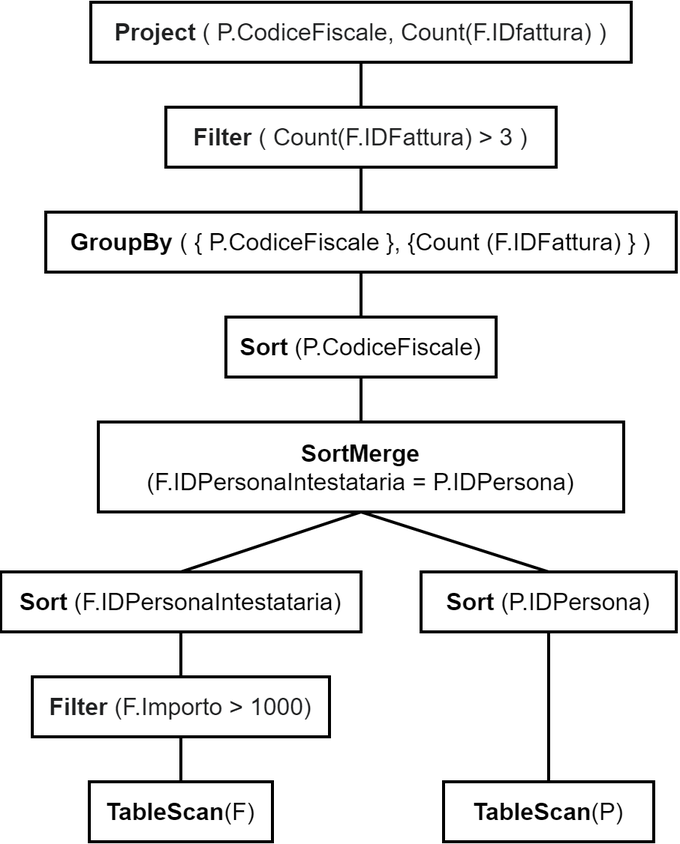
alessandro-antonelli/Studio-professionale-fatture keeps this draw.io diagram as Piani di accesso/Albero fisico 3.png. Above is the earlier version. Source tidied: cells renumbered, new cells last; positions are measured from the earlier drawing's top-left corner, leaving out a move shared by most shapes.
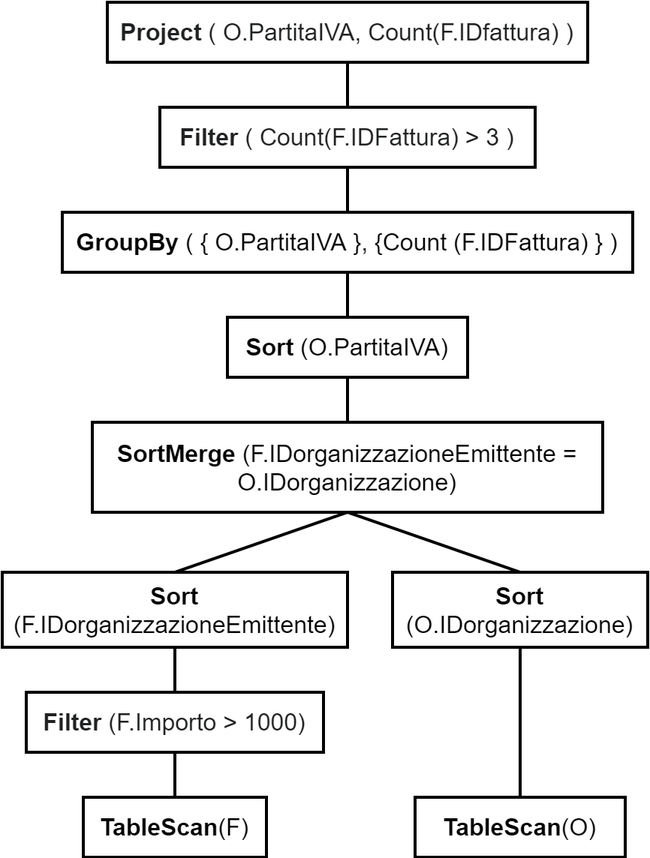
Above is the later version.

What changed in the source:
```diff
@@ -2,26 +2,26 @@
   <root>
     <mxCell id="0" />
     <mxCell id="1" parent="0" />
-    <mxCell id="2" value="&lt;span style=&quot;font-size: 16px&quot;&gt;&lt;b&gt;TableScan&lt;/b&gt;(P)&lt;/span&gt;" style="text;html=1;fillColor=none;align=center;verticalAlign=middle;whiteSpace=wrap;rounded=0;strokeColor=#000000;strokeWidth=2;fontStyle=0;fontSize=16;" parent="1" vertex="1">
-      <mxGeometry x="295" y="520" width="140" height="40" as="geometry" />
+    <mxCell id="2" value="&lt;span style=&quot;font-size: 16px&quot;&gt;&lt;b&gt;TableScan&lt;/b&gt;(O)&lt;/span&gt;" style="text;html=1;fillColor=none;align=center;verticalAlign=middle;whiteSpace=wrap;rounded=0;strokeColor=#000000;strokeWidth=2;fontStyle=0;fontSize=16;" parent="1" vertex="1">
+      <mxGeometry x="285" y="530" width="140" height="40" as="geometry" />
     </mxCell>
     <mxCell id="3" value="&lt;span style=&quot;font-size: 16px&quot;&gt;&lt;b&gt;TableScan&lt;/b&gt;(F)&lt;/span&gt;" style="text;html=1;fillColor=none;align=center;verticalAlign=middle;whiteSpace=wrap;rounded=0;strokeColor=#000000;strokeWidth=2;fontStyle=0;fontSize=16;" parent="1" vertex="1">
-      <mxGeometry x="59" y="520" width="122" height="40" as="geometry" />
+      <mxGeometry x="64" y="530" width="122" height="40" as="geometry" />
     </mxCell>
     <mxCell id="4" value="&lt;div style=&quot;text-align: left ; font-size: 16px&quot;&gt;&lt;font color=&quot;#202122&quot; face=&quot;sans-serif&quot; style=&quot;font-size: 16px&quot;&gt;&lt;span style=&quot;font-size: 16px ; background-color: rgb(255 , 255 , 255)&quot;&gt;&lt;span style=&quot;font-size: 16px&quot;&gt;&lt;b&gt;Filter&lt;/b&gt; (F.Importo &amp;gt; 1000)&lt;/span&gt;&lt;/span&gt;&lt;/font&gt;&lt;/div&gt;" style="text;html=1;fillColor=none;align=center;verticalAlign=middle;whiteSpace=wrap;rounded=0;strokeColor=#000000;strokeWidth=2;fontStyle=0;fontSize=16;" parent="1" vertex="1">
-      <mxGeometry x="21" y="450" width="198" height="40" as="geometry" />
+      <mxGeometry x="26" y="460" width="198" height="40" as="geometry" />
     </mxCell>
     <mxCell id="5" style="endArrow=none;html=1;entryX=0.5;entryY=0;entryDx=0;entryDy=0;exitX=0.5;exitY=1;exitDx=0;exitDy=0;fontStyle=0;fontSize=16;strokeWidth=2;" parent="1" edge="1" source="4" target="3">
       <mxGeometry relative="1" as="geometry" />
     </mxCell>
-    <mxCell id="6" value="&lt;span style=&quot;text-align: left&quot;&gt;&lt;b&gt;SortMerge&lt;/b&gt;&lt;br&gt;(F.IDPersonaIntestataria = P.IDPersona)&lt;br style=&quot;font-size: 16px&quot;&gt;&lt;/span&gt;" style="text;html=1;fillColor=none;align=center;verticalAlign=middle;whiteSpace=wrap;rounded=0;strokeColor=#000000;strokeWidth=2;fontStyle=0;fontSize=16;" parent="1" vertex="1">
-      <mxGeometry x="65" y="280" width="350" height="60" as="geometry" />
+    <mxCell id="6" value="&lt;span style=&quot;text-align: left&quot;&gt;&lt;b&gt;SortMerge&amp;nbsp;&lt;/b&gt;(F.IDorganizzazioneEmittente = O.IDorganizzazione)&lt;br style=&quot;font-size: 16px&quot;&gt;&lt;/span&gt;" style="text;html=1;fillColor=none;align=center;verticalAlign=middle;whiteSpace=wrap;rounded=0;strokeColor=#000000;strokeWidth=2;fontStyle=0;fontSize=16;" parent="1" vertex="1">
+      <mxGeometry x="70" y="280" width="340" height="60" as="geometry" />
     </mxCell>
-    <mxCell id="7" value="&lt;font style=&quot;font-size: 16px&quot;&gt;&lt;b&gt;GroupBy&lt;/b&gt; ( { P.CodiceFiscale }, {Count (F.IDFattura) } )&lt;br style=&quot;font-size: 16px&quot;&gt;&lt;/font&gt;" style="text;html=1;fillColor=none;align=center;verticalAlign=middle;whiteSpace=wrap;rounded=0;strokeColor=#000000;strokeWidth=2;fontStyle=0;fontSize=16;" parent="1" vertex="1">
-      <mxGeometry x="30" y="140" width="420" height="40" as="geometry" />
+    <mxCell id="7" value="&lt;font style=&quot;font-size: 16px&quot;&gt;&lt;b&gt;GroupBy&lt;/b&gt; ( { O.PartitaIVA }, {Count (F.IDFattura) } )&lt;br style=&quot;font-size: 16px&quot;&gt;&lt;/font&gt;" style="text;html=1;fillColor=none;align=center;verticalAlign=middle;whiteSpace=wrap;rounded=0;strokeColor=#000000;strokeWidth=2;fontStyle=0;fontSize=16;" parent="1" vertex="1">
+      <mxGeometry x="50" y="140" width="380" height="40" as="geometry" />
     </mxCell>
-    <mxCell id="8" value="&lt;font color=&quot;#202122&quot; face=&quot;sans-serif&quot; style=&quot;font-size: 16px&quot;&gt;&lt;span style=&quot;font-size: 16px ; background-color: rgb(255 , 255 , 255)&quot;&gt;&lt;b&gt;Project&lt;/b&gt; ( P.CodiceFiscale, Count(F.IDfattura) )&lt;/span&gt;&lt;/font&gt;" style="text;html=1;fillColor=none;align=center;verticalAlign=middle;whiteSpace=wrap;rounded=0;strokeColor=#000000;strokeWidth=2;fontStyle=0;fontSize=16;" parent="1" vertex="1">
-      <mxGeometry x="60" width="360" height="40" as="geometry" />
+    <mxCell id="8" value="&lt;font color=&quot;#202122&quot; face=&quot;sans-serif&quot; style=&quot;font-size: 16px&quot;&gt;&lt;span style=&quot;font-size: 16px ; background-color: rgb(255 , 255 , 255)&quot;&gt;&lt;b&gt;Project&lt;/b&gt; ( O.PartitaIVA, Count(F.IDfattura) )&lt;/span&gt;&lt;/font&gt;" style="text;html=1;fillColor=none;align=center;verticalAlign=middle;whiteSpace=wrap;rounded=0;strokeColor=#000000;strokeWidth=2;fontStyle=0;fontSize=16;" parent="1" vertex="1">
+      <mxGeometry x="80" width="320" height="40" as="geometry" />
     </mxCell>
     <mxCell id="9" style="endArrow=none;html=1;entryX=0.5;entryY=1;entryDx=0;entryDy=0;exitX=0.5;exitY=0;exitDx=0;exitDy=0;fontStyle=0;fontSize=16;strokeWidth=2;" parent="1" edge="1" source="14" target="6">
       <mxGeometry relative="1" as="geometry" />
@@ -30,7 +30,7 @@
       <mxGeometry relative="1" as="geometry" />
     </mxCell>
     <mxCell id="11" value="&lt;div style=&quot;text-align: left ; font-size: 16px&quot;&gt;&lt;font color=&quot;#202122&quot; face=&quot;sans-serif&quot; style=&quot;font-size: 16px&quot;&gt;&lt;span style=&quot;font-size: 16px ; background-color: rgb(255 , 255 , 255)&quot;&gt;&lt;b&gt;Filter&lt;/b&gt; ( Count(F.IDFattura) &amp;gt; 3 )&lt;/span&gt;&lt;/font&gt;&lt;/div&gt;" style="text;html=1;fillColor=none;align=center;verticalAlign=middle;whiteSpace=wrap;rounded=0;strokeColor=#000000;strokeWidth=2;fontStyle=0;fontSize=16;" parent="1" vertex="1">
-      <mxGeometry x="110" y="70" width="260" height="40" as="geometry" />
+      <mxGeometry x="115" y="70" width="250" height="40" as="geometry" />
     </mxCell>
     <mxCell id="12" style="endArrow=none;html=1;exitX=0.5;exitY=1;exitDx=0;exitDy=0;entryX=0.5;entryY=0;entryDx=0;entryDy=0;fontStyle=0;fontSize=16;strokeWidth=2;" parent="1" edge="1" source="11" target="7">
       <mxGeometry relative="1" as="geometry" />
@@ -38,11 +38,11 @@
     <mxCell id="13" style="endArrow=none;html=1;entryX=0.5;entryY=0;entryDx=0;entryDy=0;exitX=0.5;exitY=1;exitDx=0;exitDy=0;fontStyle=0;fontSize=16;strokeWidth=2;" parent="1" edge="1" source="8" target="11">
       <mxGeometry relative="1" as="geometry" />
     </mxCell>
-    <mxCell id="14" value="&lt;font style=&quot;font-size: 16px&quot;&gt;&lt;span style=&quot;font-size: 16px&quot;&gt;&lt;b&gt;Sort&lt;/b&gt; (P.IDPersona)&lt;/span&gt;&lt;/font&gt;" style="text;html=1;fillColor=none;align=center;verticalAlign=middle;whiteSpace=wrap;rounded=0;strokeColor=#000000;strokeWidth=2;fontStyle=0;fontSize=16;" parent="1" vertex="1">
-      <mxGeometry x="280" y="380" width="170" height="40" as="geometry" />
+    <mxCell id="14" value="&lt;font style=&quot;font-size: 16px&quot;&gt;&lt;span style=&quot;font-size: 16px&quot;&gt;&lt;b&gt;Sort&lt;/b&gt; (O.IDorganizzazione)&lt;/span&gt;&lt;/font&gt;" style="text;html=1;fillColor=none;align=center;verticalAlign=middle;whiteSpace=wrap;rounded=0;strokeColor=#000000;strokeWidth=2;fontStyle=0;fontSize=16;" parent="1" vertex="1">
+      <mxGeometry x="270" y="380" width="170" height="50" as="geometry" />
     </mxCell>
-    <mxCell id="15" value="&lt;span style=&quot;font-size: 16px&quot;&gt;&lt;b&gt;Sort&lt;/b&gt; (F.IDPersonaIntestataria)&lt;/span&gt;" style="text;html=1;fillColor=none;align=center;verticalAlign=middle;whiteSpace=wrap;rounded=0;strokeColor=#000000;strokeWidth=2;fontStyle=0;fontSize=16;" parent="1" vertex="1">
-      <mxGeometry y="380" width="240" height="40" as="geometry" />
+    <mxCell id="15" value="&lt;span style=&quot;font-size: 16px&quot;&gt;&lt;b&gt;Sort&lt;/b&gt; (F.IDorganizzazioneEmittente)&lt;/span&gt;" style="text;html=1;fillColor=none;align=center;verticalAlign=middle;whiteSpace=wrap;rounded=0;strokeColor=#000000;strokeWidth=2;fontStyle=0;fontSize=16;" parent="1" vertex="1">
+      <mxGeometry x="10" y="380" width="230" height="50" as="geometry" />
     </mxCell>
     <mxCell id="16" style="endArrow=none;html=1;entryX=0.5;entryY=1;entryDx=0;entryDy=0;exitX=0.5;exitY=0;exitDx=0;exitDy=0;fontStyle=0;fontSize=16;strokeWidth=2;" parent="1" edge="1" source="2" target="14">
       <mxGeometry relative="1" as="geometry" />
@@ -53,8 +53,8 @@
     <mxCell id="18" style="endArrow=none;html=1;entryX=0.5;entryY=1;entryDx=0;entryDy=0;exitX=0.5;exitY=0;exitDx=0;exitDy=0;fontStyle=0;fontSize=16;strokeWidth=2;" parent="1" edge="1" source="6" target="19">
       <mxGeometry relative="1" as="geometry" />
     </mxCell>
-    <mxCell id="19" value="&lt;font style=&quot;font-size: 16px&quot;&gt;&lt;span style=&quot;font-size: 16px&quot;&gt;&lt;b&gt;Sort&lt;/b&gt; (P.CodiceFiscale)&lt;/span&gt;&lt;/font&gt;" style="text;html=1;fillColor=none;align=center;verticalAlign=middle;whiteSpace=wrap;rounded=0;strokeColor=#000000;strokeWidth=2;fontStyle=0;fontSize=16;" parent="1" vertex="1">
-      <mxGeometry x="150" y="210" width="180" height="40" as="geometry" />
+    <mxCell id="19" value="&lt;font style=&quot;font-size: 16px&quot;&gt;&lt;span style=&quot;font-size: 16px&quot;&gt;&lt;b&gt;Sort&lt;/b&gt; (O.PartitaIVA)&lt;/span&gt;&lt;/font&gt;" style="text;html=1;fillColor=none;align=center;verticalAlign=middle;whiteSpace=wrap;rounded=0;strokeColor=#000000;strokeWidth=2;fontStyle=0;fontSize=16;" parent="1" vertex="1">
+      <mxGeometry x="160" y="210" width="160" height="40" as="geometry" />
     </mxCell>
     <mxCell id="20" style="endArrow=none;html=1;entryX=0.5;entryY=0;entryDx=0;entryDy=0;fontStyle=0;fontSize=16;exitX=0.5;exitY=1;exitDx=0;exitDy=0;strokeWidth=2;" parent="1" edge="1" source="7" target="19">
       <mxGeometry relative="1" as="geometry" />
```
